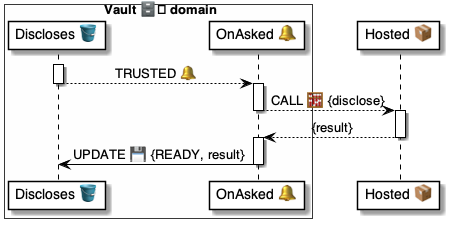
Above: 4 ⚙️ Solution/41 🎭 Domain Roles/Vaults 🗄️/🗄️🪣 Vault tables/Discloses 💼 table/🪣🔔 3 Detailed/🗄️ OnDetailed ⚙️ uml.png in pollyweb-org/pollyweb-docs (PlantUML), before the change. Its source is kept beside it as 4 ⚙️ Solution/41 🎭 Domain Roles/Vaults 🗄️/🗄️🪣 Vault tables/Discloses 💼 table/🪣🔔 3 Detailed/🗄️ OnDetailed ⚙️ uml.puml.
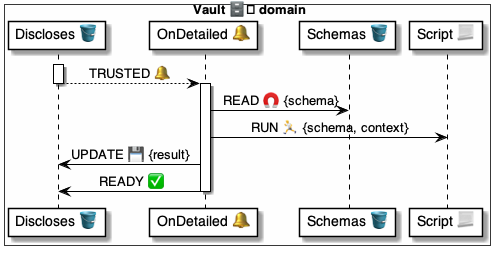
Above is the later version.

What changed in the source:
```diff
@@ -3,27 +3,21 @@
 
 box Vault 🗄️ domain #FFFFFA
     participant "Discloses 🪣" as discloses
-    participant "OnAsked 🔔" as asked
+    participant "OnDetailed 🔔" as handler
+    participant "Schemas 🪣" as schemas
+    participant "Script 📃" as script
 end box
-
-participant "Hosted 📦" as hosted
-
 
 
 activate discloses
-    discloses --> asked: TRUSTED 🔔
+    discloses --> handler: TRUSTED 🔔
 deactivate discloses
 
-activate asked
-    asked --> hosted: CALL 🧮 {disclose}
-deactivate asked
-
-activate hosted
-    hosted --> asked: {result}
-deactivate hosted
-
-activate asked
-    asked -> discloses: UPDATE 💾 {READY, result}
-deactivate asked
+activate handler
+    handler -> schemas: READ 🧲 {schema}
+    handler -> script: RUN 🏃 {schema, context}
+    handler -> discloses: UPDATE 💾 {result}
+    handler -> discloses: READY ✅
+deactivate handler
 
 @enduml
```
